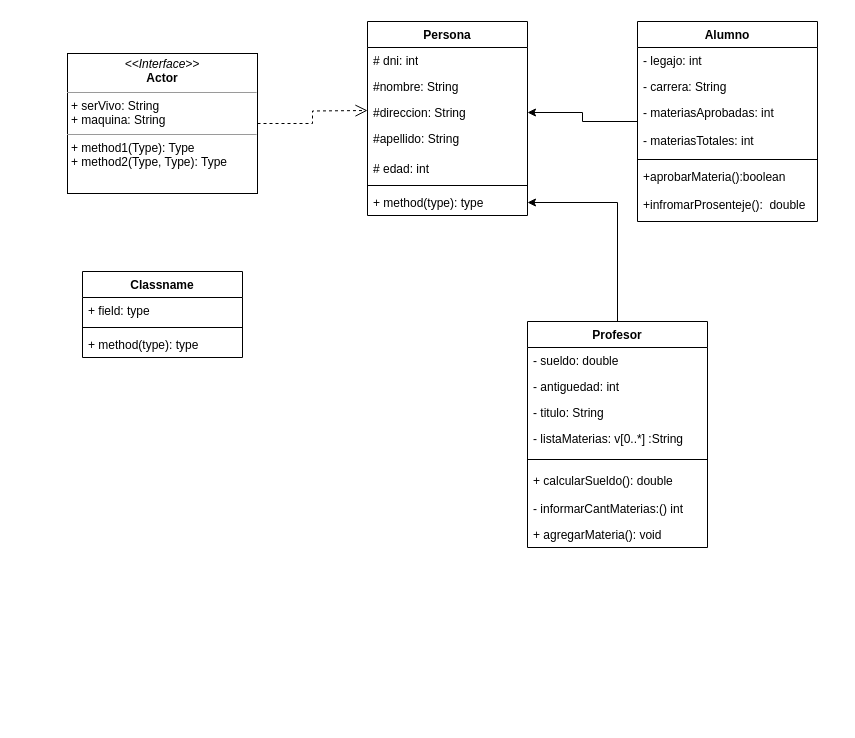
The draw.io diagram Untitled Diagram.drawio in alex90o/DiagramaDeClasesTpDigit, before the edit. Source tidied: cells renumbered, new cells numbered last; positions are measured from the earlier drawing's top-left corner, leaving out a move shared by most shapes. Both pictures are drawn from the tidied source at 100%, with x=0, y=0 at pixel (67, 21).
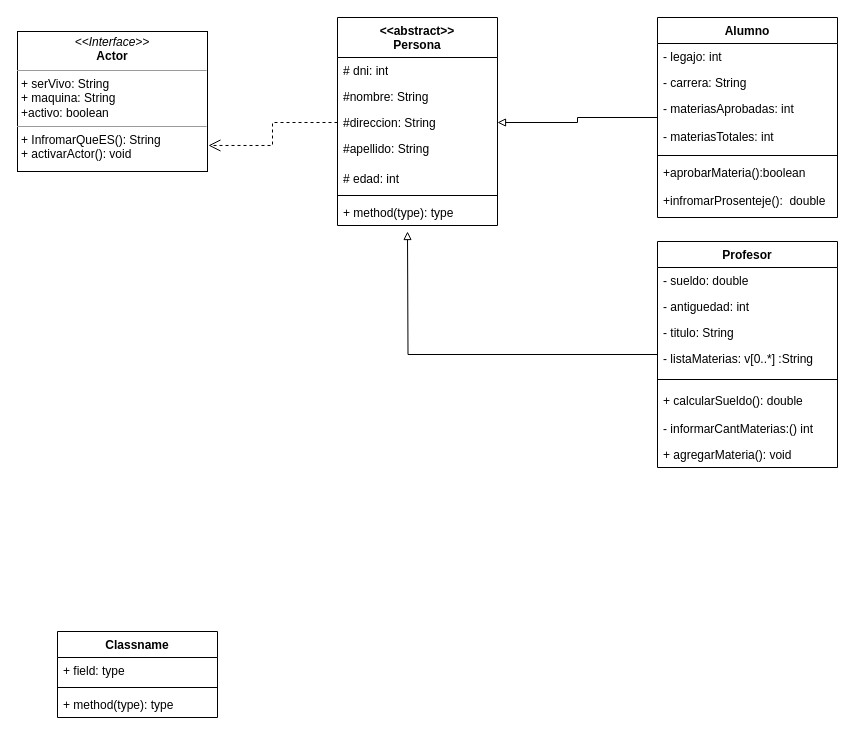
After the change.

The edit, as a diff of the source:
```diff
@@
-    <mxCell id="2" style="edgeStyle=orthogonalEdgeStyle;rounded=0;html=1;labelBackgroundColor=none;startFill=0;endArrow=open;endFill=0;endSize=10;fontFamily=Verdana;fontSize=10;dashed=1;" parent="1" edge="1" source="3">
-      <mxGeometry relative="1" as="geometry">
-        <mxPoint x="300" y="89" as="targetPoint" />
-      </mxGeometry>
+    <mxCell id="2" style="edgeStyle=orthogonalEdgeStyle;rounded=0;html=1;labelBackgroundColor=none;startFill=0;endArrow=open;endFill=0;endSize=10;fontFamily=Verdana;fontSize=10;dashed=1;entryX=1.005;entryY=0.814;entryDx=0;entryDy=0;entryPerimeter=0;exitX=0;exitY=0.5;exitDx=0;exitDy=0;" parent="1" edge="1" source="7" target="3">
+      <mxGeometry relative="1" as="geometry" />
     </mxCell>
-    <mxCell id="3" value="&lt;p style=&quot;margin: 0px ; margin-top: 4px ; text-align: center&quot;&gt;&lt;i&gt;&amp;lt;&amp;lt;Interface&amp;gt;&amp;gt;&lt;/i&gt;&lt;br&gt;&lt;b&gt;Actor&lt;/b&gt;&lt;/p&gt;&lt;hr size=&quot;1&quot;&gt;&lt;p style=&quot;margin: 0px ; margin-left: 4px&quot;&gt;+ serVivo: String&lt;br&gt;+ maquina: String&lt;/p&gt;&lt;hr size=&quot;1&quot;&gt;&lt;p style=&quot;margin: 0px ; margin-left: 4px&quot;&gt;+ method1(Type): Type&lt;br&gt;+ method2(Type, Type): Type&lt;/p&gt;" style="verticalAlign=top;align=left;overflow=fill;fontSize=12;fontFamily=Helvetica;html=1;rounded=0;shadow=0;comic=0;labelBackgroundColor=none;strokeWidth=1;" parent="1" vertex="1">
-      <mxGeometry y="32" width="190" height="140" as="geometry" />
+    <mxCell id="3" value="&lt;p style=&quot;margin: 0px ; margin-top: 4px ; text-align: center&quot;&gt;&lt;i&gt;&amp;lt;&amp;lt;Interface&amp;gt;&amp;gt;&lt;/i&gt;&lt;br&gt;&lt;b&gt;Actor&lt;/b&gt;&lt;/p&gt;&lt;hr size=&quot;1&quot;&gt;&lt;p style=&quot;margin: 0px ; margin-left: 4px&quot;&gt;+ serVivo: String&lt;br&gt;+ maquina: String&lt;/p&gt;&lt;p style=&quot;margin: 0px ; margin-left: 4px&quot;&gt;+activo: boolean&lt;/p&gt;&lt;hr size=&quot;1&quot;&gt;&lt;p style=&quot;margin: 0px ; margin-left: 4px&quot;&gt;+ InfromarQueES(): String&lt;br&gt;+ activarActor(): void&lt;/p&gt;" style="verticalAlign=top;align=left;overflow=fill;fontSize=12;fontFamily=Helvetica;html=1;rounded=0;shadow=0;comic=0;labelBackgroundColor=none;strokeWidth=1;" parent="1" vertex="1">
+      <mxGeometry x="-50" y="10" width="190" height="140" as="geometry" />
     </mxCell>
-    <mxCell id="4" value="Persona" style="swimlane;fontStyle=1;align=center;verticalAlign=top;horizontal=1;startSize=26;" parent="1" vertex="1">
-      <mxGeometry x="300" width="160" height="194" as="geometry" />
+    <mxCell id="4" value="&lt;&lt;abstract&gt;&gt;&#10;Persona" style="swimlane;fontStyle=1;align=center;verticalAlign=top;horizontal=1;startSize=40;" parent="1" vertex="1">
+      <mxGeometry x="270" y="-4" width="160" height="208" as="geometry" />
     </mxCell>
     <mxCell id="5" value="# dni: int" style="text;html=1;strokeColor=none;fillColor=none;align=left;verticalAlign=top;spacingLeft=4;spacingRight=4;whiteSpace=wrap;overflow=hidden;" parent="4" vertex="1">
-      <mxGeometry y="26" width="160" height="26" as="geometry" />
+      <mxGeometry y="40" width="160" height="26" as="geometry" />
     </mxCell>
     <mxCell id="6" value="#nombre: String" style="text;html=1;strokeColor=none;fillColor=none;align=left;verticalAlign=top;spacingLeft=4;spacingRight=4;whiteSpace=wrap;overflow=hidden;" parent="4" vertex="1">
-      <mxGeometry y="52" width="160" height="26" as="geometry" />
+      <mxGeometry y="66" width="160" height="26" as="geometry" />
     </mxCell>
     <mxCell id="7" value="#direccion: String" style="text;html=1;strokeColor=none;fillColor=none;align=left;verticalAlign=top;spacingLeft=4;spacingRight=4;whiteSpace=wrap;overflow=hidden;points=[[0,0.5],[1,0.5]];portConstraint=eastwest;" parent="4" vertex="1">
-      <mxGeometry y="78" width="160" height="26" as="geometry" />
+      <mxGeometry y="92" width="160" height="26" as="geometry" />
     </mxCell>
     <mxCell id="8" value="#apellido: String&lt;br&gt;" style="text;html=1;strokeColor=none;fillColor=none;align=left;verticalAlign=top;spacingLeft=4;spacingRight=4;whiteSpace=wrap;overflow=hidden;" parent="4" vertex="1">
-      <mxGeometry y="104" width="160" height="30" as="geometry" />
+      <mxGeometry y="118" width="160" height="30" as="geometry" />
     </mxCell>
     <mxCell id="9" value="# edad: int" style="text;html=1;strokeColor=none;fillColor=none;align=left;verticalAlign=top;spacingLeft=4;spacingRight=4;whiteSpace=wrap;overflow=hidden;" parent="4" vertex="1">
-      <mxGeometry y="134" width="160" height="26" as="geometry" />
+      <mxGeometry y="148" width="160" height="26" as="geometry" />
     </mxCell>
     <mxCell id="10" style="line;strokeWidth=1;fillColor=none;align=left;verticalAlign=middle;spacingTop=-1;spacingLeft=3;spacingRight=3;labelPosition=right;" parent="4" vertex="1">
-      <mxGeometry y="160" width="160" height="8" as="geometry" />
+      <mxGeometry y="174" width="160" height="8" as="geometry" />
     </mxCell>
     <mxCell id="11" value="+ method(type): type" style="text;strokeColor=none;fillColor=none;align=left;verticalAlign=top;spacingLeft=4;spacingRight=4;overflow=hidden;points=[[0,0.5],[1,0.5]];portConstraint=eastwest;" parent="4" vertex="1">
-      <mxGeometry y="168" width="160" height="26" as="geometry" />
+      <mxGeometry y="182" width="160" height="26" as="geometry" />
     </mxCell>
     <mxCell id="12" value="Classname" style="swimlane;fontStyle=1;align=center;verticalAlign=top;horizontal=1;startSize=26;" parent="1" vertex="1">
-      <mxGeometry x="15" y="250" width="160" height="86" as="geometry" />
+      <mxGeometry x="-10" y="610" width="160" height="86" as="geometry" />
     </mxCell>
@@
-    <mxCell id="16" style="edgeStyle=orthogonalEdgeStyle;rounded=0;jettySize=auto;html=1;entryX=1;entryY=0.5;entryDx=0;entryDy=0;" parent="1" edge="1" source="17" target="11">
-      <mxGeometry relative="1" as="geometry" />
-    </mxCell>
+    <mxCell id="35" style="edgeStyle=orthogonalEdgeStyle;rounded=0;jettySize=auto;html=1;endArrow=block;endFill=0;" parent="1" edge="1" source="17">
+      <mxGeometry relative="1" as="geometry">
+        <mxPoint x="340" y="210" as="targetPoint" />
+      </mxGeometry>
+    </mxCell>
     <mxCell id="17" value="Profesor" style="swimlane;fontStyle=1;align=center;verticalAlign=top;horizontal=1;startSize=26;" parent="1" vertex="1">
-      <mxGeometry x="460" y="300" width="180" height="226" as="geometry" />
+      <mxGeometry x="590" y="220" width="180" height="226" as="geometry" />
     </mxCell>
@@
-    <mxCell id="26" style="edgeStyle=orthogonalEdgeStyle;rounded=0;jettySize=auto;html=1;" parent="1" edge="1" source="27" target="7">
+    <mxCell id="26" style="edgeStyle=orthogonalEdgeStyle;rounded=0;jettySize=auto;html=1;endArrow=block;endFill=0;" parent="1" edge="1" source="27" target="7">
       <mxGeometry relative="1" as="geometry" />
     </mxCell>
     <mxCell id="27" value="Alumno" style="swimlane;fontStyle=1;align=center;verticalAlign=top;horizontal=1;startSize=26;" parent="1" vertex="1">
-      <mxGeometry x="570" width="180" height="200" as="geometry" />
+      <mxGeometry x="590" y="-4" width="180" height="200" as="geometry" />
     </mxCell>
```
